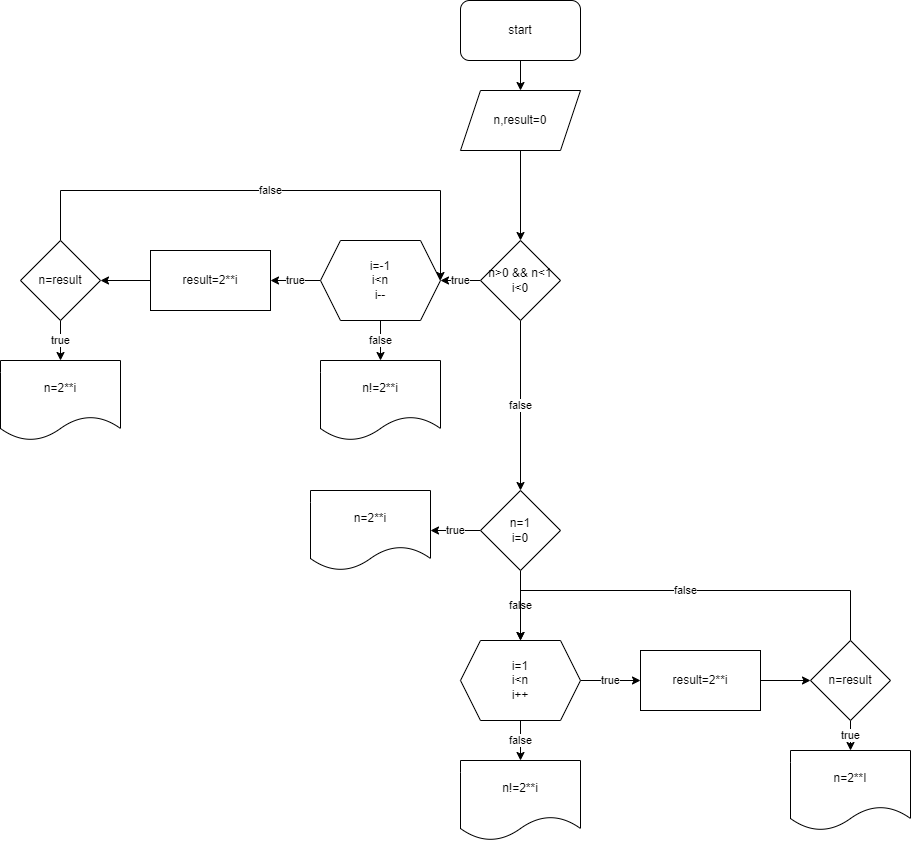
Before: task-1.png, a diagram exported from draw.io (MubarizAgayev/arraytasks-2). Source tidied: cells renumbered, new cells last; positions are measured from the earlier drawing's top-left corner, leaving out a move shared by most shapes.
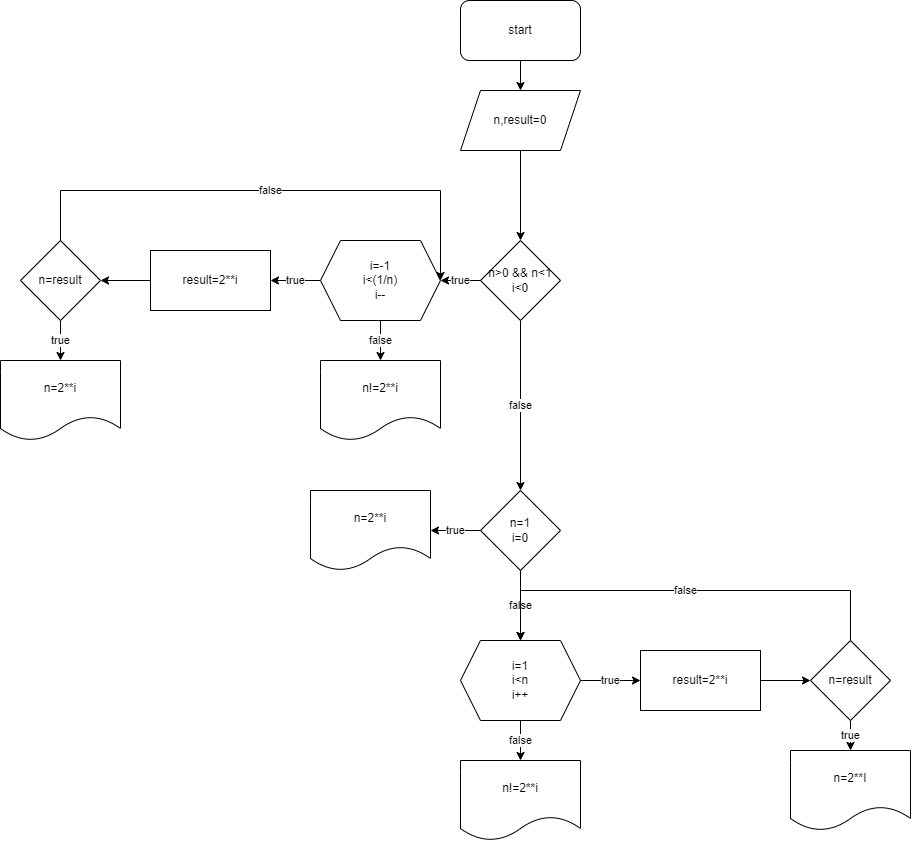
Above is the later version.

Change to the diagram source:
```diff
@@ -41,7 +41,7 @@
     <mxCell id="14" value="false" style="edgeStyle=orthogonalEdgeStyle;rounded=0;jettySize=auto;html=1;entryX=0.5;entryY=0;entryDx=0;entryDy=0;" parent="1" edge="1" source="15" target="25">
       <mxGeometry relative="1" as="geometry" />
     </mxCell>
-    <mxCell id="15" value="i=-1&lt;br&gt;i&amp;lt;n&lt;br&gt;i--" style="shape=hexagon;perimeter=hexagonPerimeter2;whiteSpace=wrap;html=1;fixedSize=1;" parent="1" vertex="1">
+    <mxCell id="15" value="i=-1&lt;br&gt;i&amp;lt;(1/n)&lt;br&gt;i--" style="shape=hexagon;perimeter=hexagonPerimeter2;whiteSpace=wrap;html=1;fixedSize=1;" parent="1" vertex="1">
       <mxGeometry x="320" y="240" width="120" height="80" as="geometry" />
     </mxCell>
     <mxCell id="16" style="edgeStyle=orthogonalEdgeStyle;rounded=0;jettySize=auto;html=1;entryX=1;entryY=0.5;entryDx=0;entryDy=0;" parent="1" edge="1" source="17" target="23">
```
